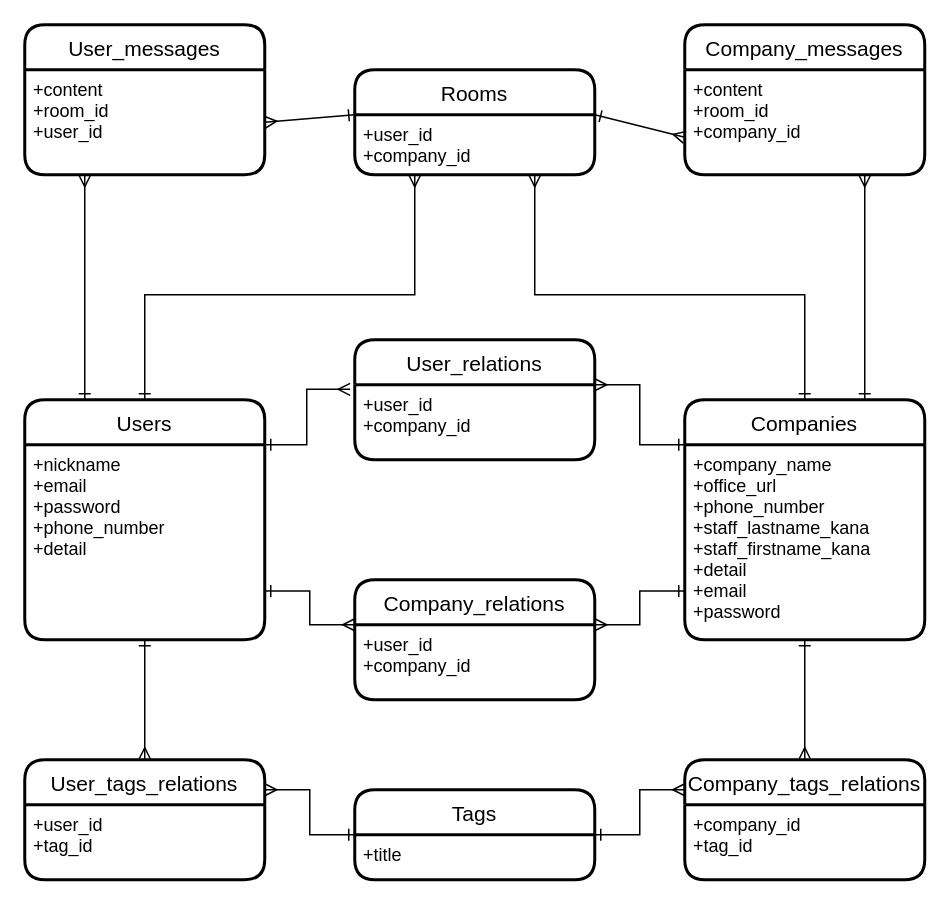
ukkiy-ray/b2c-matching keeps this draw.io diagram as matching.dio. Above is the earlier version. Source tidied: cells renumbered, new cells numbered last; positions are measured from the earlier drawing's top-left corner, leaving out a move shared by most shapes. Both pictures are drawn from the tidied source at 150%, with x=0, y=0 at pixel (24, 24).
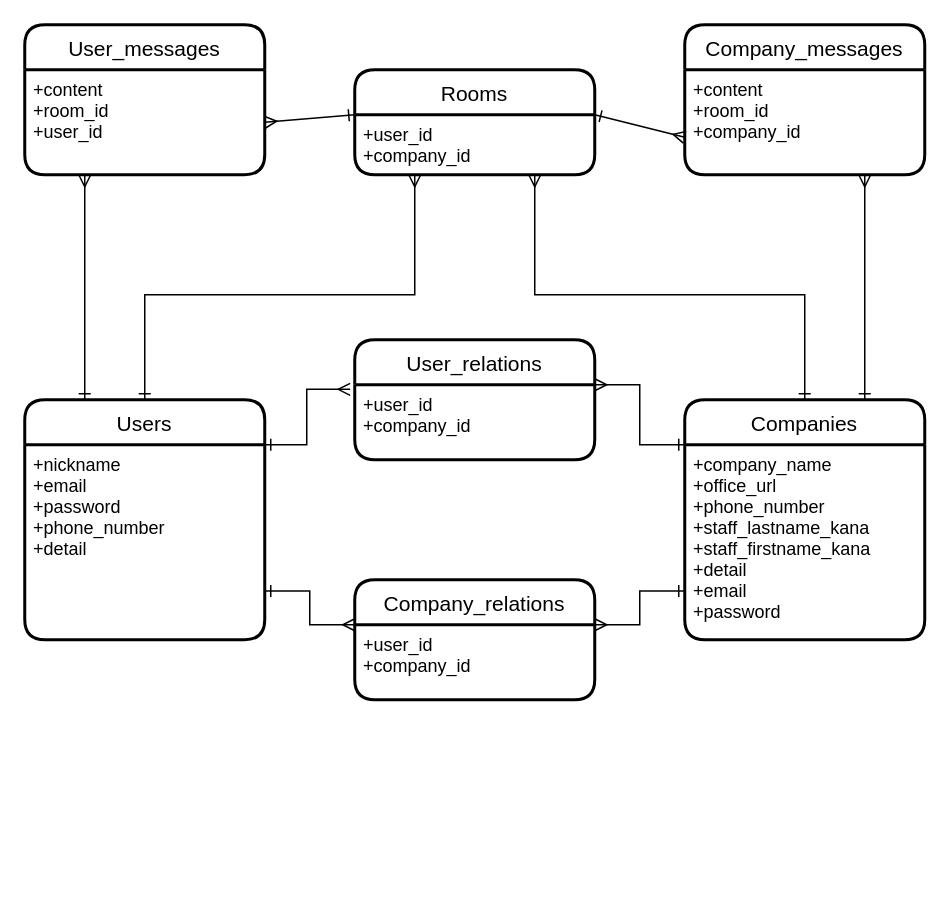
The same diagram, later.

Unchanged cells that the change refers to:
```xml
<mxCell id="16" value="+nickname&#10;+email&#10;+password&#10;+phone_number&#10;+detail" style="align=left;strokeColor=none;fillColor=none;spacingLeft=4;fontSize=12;verticalAlign=top;" parent="15" vertex="1">
  <mxGeometry y="30" width="160" height="130" as="geometry" />
</mxCell>
<mxCell id="30" value="+company_name&#10;+office_url&#10;+phone_number&#10;+staff_lastname_kana&#10;+staff_firstname_kana&#10;+detail&#10;+email&#10;+password" style="align=left;strokeColor=none;fillColor=none;spacingLeft=4;fontSize=12;verticalAlign=top;" parent="29" vertex="1">
  <mxGeometry y="30" width="160" height="130" as="geometry" />
</mxCell>
```

Change to the diagram source:
```diff
@@
-    <mxCell id="6" style="edgeStyle=elbowEdgeStyle;rounded=0;jettySize=auto;html=1;exitX=1;exitY=0.25;exitDx=0;exitDy=0;entryX=0;entryY=0;entryDx=0;entryDy=0;startArrow=ERmany;startFill=0;endArrow=ERone;endFill=0;" parent="1" edge="1" source="27" target="26">
-      <mxGeometry relative="1" as="geometry" />
-    </mxCell>
-    <mxCell id="7" style="edgeStyle=elbowEdgeStyle;rounded=0;jettySize=auto;html=1;exitX=0;exitY=0.25;exitDx=0;exitDy=0;entryX=1;entryY=0;entryDx=0;entryDy=0;startArrow=ERmany;startFill=0;endArrow=ERone;endFill=0;" parent="1" edge="1" source="31" target="26">
-      <mxGeometry relative="1" as="geometry" />
-    </mxCell>
-    <mxCell id="8" style="edgeStyle=none;rounded=0;jettySize=auto;html=1;exitX=0.5;exitY=1;exitDx=0;exitDy=0;entryX=0.5;entryY=0;entryDx=0;entryDy=0;startArrow=ERone;startFill=0;endArrow=ERmany;endFill=0;" parent="1" edge="1" source="30" target="31">
-      <mxGeometry relative="1" as="geometry" />
-    </mxCell>
-    <mxCell id="9" style="edgeStyle=none;rounded=0;jettySize=auto;html=1;exitX=0.5;exitY=1;exitDx=0;exitDy=0;entryX=0.5;entryY=0;entryDx=0;entryDy=0;startArrow=ERone;startFill=0;endArrow=ERmany;endFill=0;" parent="1" edge="1" source="16" target="27">
-      <mxGeometry relative="1" as="geometry" />
-    </mxCell>
@@
-    <mxCell id="25" value="Tags" style="swimlane;horizontal=1;startSize=30;rounded=1;fontSize=14;fontStyle=0;strokeWidth=2;shadow=0;dashed=0;align=center;" parent="1" vertex="1">
-      <mxGeometry x="220" y="510" width="160" height="60" as="geometry" />
-    </mxCell>
-    <mxCell id="26" value="+title" style="align=left;strokeColor=none;fillColor=none;spacingLeft=4;fontSize=12;verticalAlign=top;" parent="25" vertex="1">
-      <mxGeometry y="30" width="160" height="30" as="geometry" />
-    </mxCell>
-    <mxCell id="27" value="User_tags_relations" style="swimlane;horizontal=1;startSize=30;rounded=1;fontSize=14;fontStyle=0;strokeWidth=2;shadow=0;dashed=0;align=center;" parent="1" vertex="1">
-      <mxGeometry y="490" width="160" height="80" as="geometry" />
-    </mxCell>
-    <mxCell id="28" value="+user_id&#10;+tag_id" style="align=left;strokeColor=none;fillColor=none;spacingLeft=4;fontSize=12;verticalAlign=top;" parent="27" vertex="1">
-      <mxGeometry y="30" width="160" height="50" as="geometry" />
-    </mxCell>
@@
-    <mxCell id="31" value="Company_tags_relations" style="swimlane;horizontal=1;startSize=30;rounded=1;fontSize=14;fontStyle=0;strokeWidth=2;shadow=0;dashed=0;align=center;" parent="1" vertex="1">
-      <mxGeometry x="440" y="490" width="160" height="80" as="geometry" />
-    </mxCell>
-    <mxCell id="32" value="+company_id&#10;+tag_id" style="align=left;strokeColor=none;fillColor=none;spacingLeft=4;fontSize=12;verticalAlign=top;" parent="31" vertex="1">
-      <mxGeometry y="30" width="160" height="50" as="geometry" />
-    </mxCell>
```
